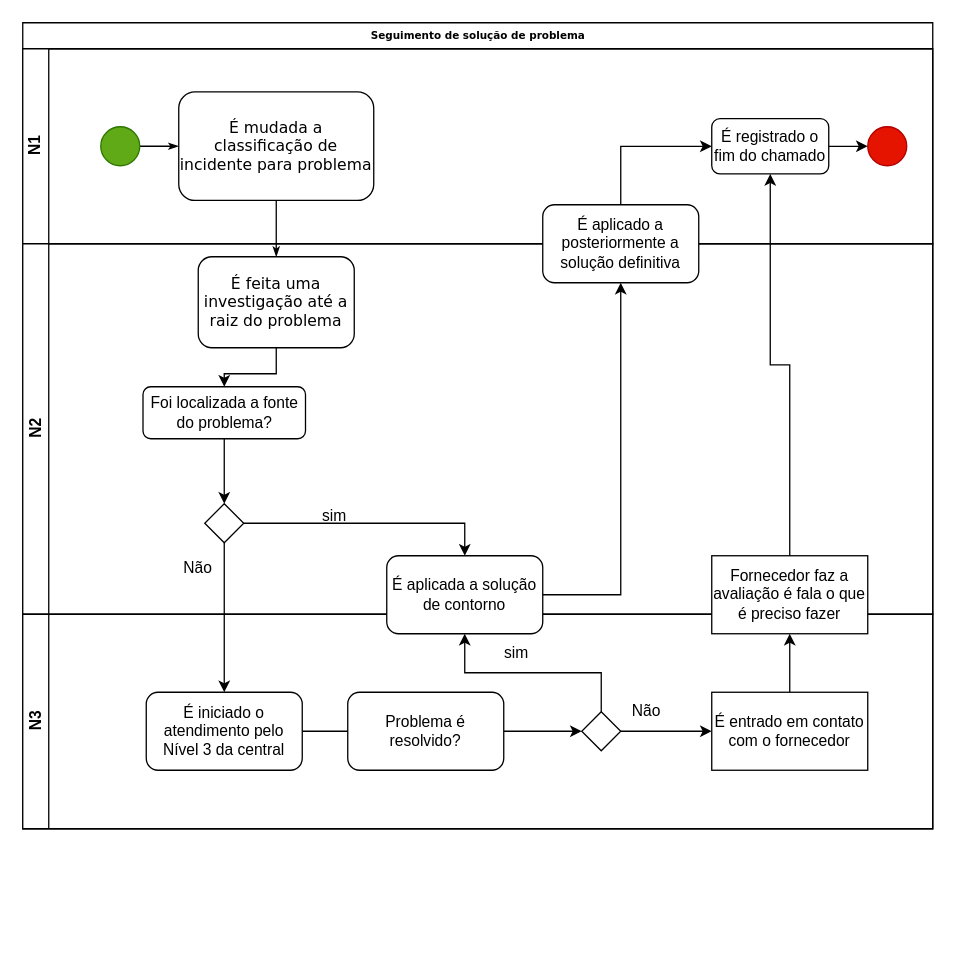
This is page "Page-1" (1 of 2) of sprint_grupo1/TI/Fluxogramas.drawio from TecnoSolo/sprint_01, a draw.io file, before an edit. Source tidied: cells renumbered, new cells numbered last; positions are measured from the earlier drawing's top-left corner, leaving out a move shared by most shapes. Both pictures are drawn from the tidied source at 130%, with x=0, y=0 at pixel (22, 22).
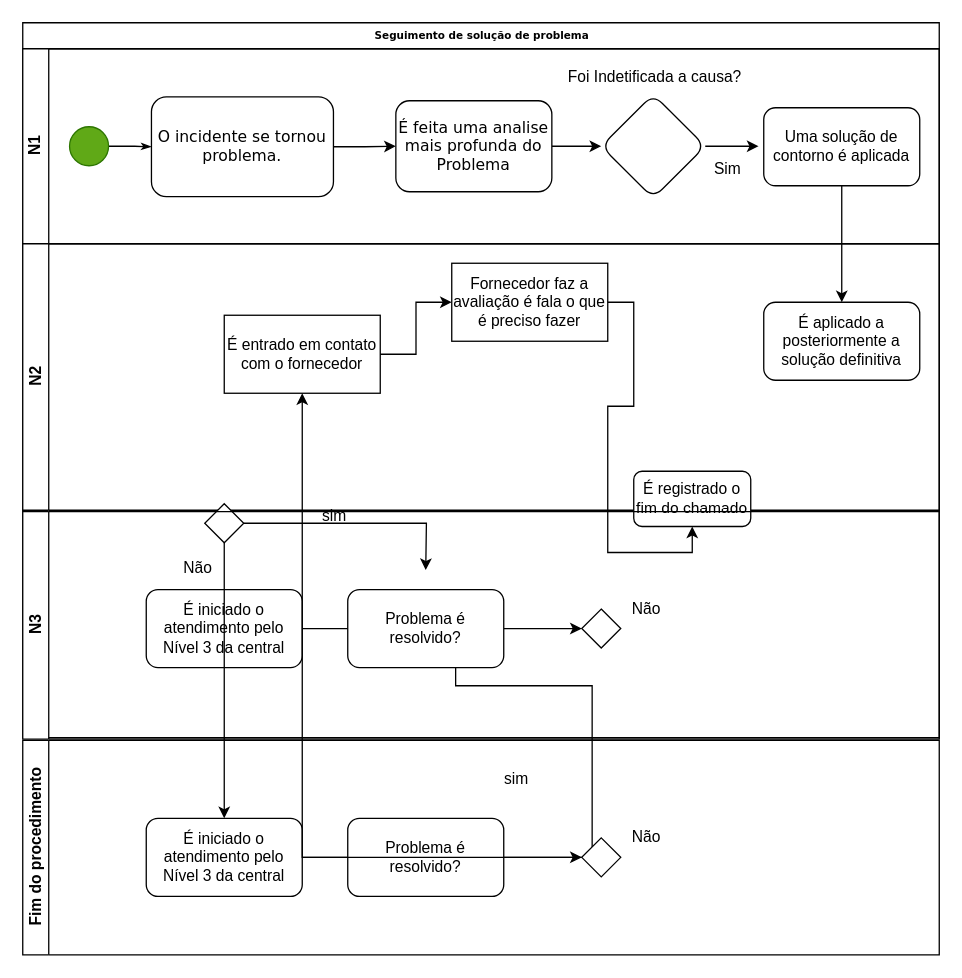
Above is the later version.

Commit message (it also covers changes not shown here):
alterando os fluxogramas

Unchanged cells that the change refers to:
```xml
<mxCell id="17" style="rhombus;whiteSpace=wrap;html=1;" parent="13" vertex="1">
  <mxGeometry x="140" y="200" width="30" height="30" as="geometry" />
</mxCell>
<mxCell id="22" value="É iniciado o atendimento pelo Nível 3 da central" style="rounded=1;whiteSpace=wrap;html=1;" parent="21" vertex="1">
  <mxGeometry x="95" y="60" width="120" height="60" as="geometry" />
</mxCell>
<mxCell id="27" style="rhombus;whiteSpace=wrap;html=1;" parent="21" vertex="1">
  <mxGeometry x="430" y="75" width="30" height="30" as="geometry" />
</mxCell>
```

The edit, as a diff of the source:
```diff
@@
     <mxCell id="2" value="Seguimento de solução de problema" style="swimlane;html=1;horizontal=1;startSize=20;rounded=0;shadow=0;labelBackgroundColor=none;strokeWidth=1;fontFamily=Verdana;fontSize=8;align=center;" parent="1" vertex="1">
-      <mxGeometry width="700" height="620" as="geometry" />
+      <mxGeometry width="705" height="550" as="geometry" />
     </mxCell>
-    <mxCell id="3" style="edgeStyle=orthogonalEdgeStyle;rounded=0;html=1;labelBackgroundColor=none;startArrow=none;startFill=0;startSize=5;endArrow=classicThin;endFill=1;endSize=5;jettySize=auto;strokeWidth=1;fontFamily=Verdana;fontSize=8;" parent="2" edge="1" source="8" target="15">
-      <mxGeometry relative="1" as="geometry" />
-    </mxCell>
-    <mxCell id="4" style="edgeStyle=orthogonalEdgeStyle;rounded=0;jettySize=auto;html=1;exitX=0.5;exitY=1;exitDx=0;exitDy=0;entryX=0.5;entryY=0;entryDx=0;entryDy=0;" parent="2" edge="1" source="17" target="22">
-      <mxGeometry relative="1" as="geometry" />
-    </mxCell>
     <mxCell id="5" value="N1" style="swimlane;html=1;startSize=20;horizontal=0;" parent="2" vertex="1">
-      <mxGeometry y="20" width="700" height="150" as="geometry" />
+      <mxGeometry y="20" width="705" height="150" as="geometry" />
     </mxCell>
@@
     <mxCell id="7" style="ellipse;whiteSpace=wrap;html=1;rounded=0;shadow=0;labelBackgroundColor=none;strokeWidth=1;fontFamily=Verdana;fontSize=8;align=center;fillColor=#60a917;fontColor=#ffffff;strokeColor=#2D7600;" parent="5" vertex="1">
-      <mxGeometry x="60" y="60" width="30" height="30" as="geometry" />
+      <mxGeometry x="36" y="60" width="30" height="30" as="geometry" />
     </mxCell>
+    <mxCell id="3" style="edgeStyle=orthogonalEdgeStyle;rounded=0;jettySize=auto;html=1;entryX=0;entryY=0.5;entryDx=0;entryDy=0;" parent="5" edge="1" source="8" target="15">
+      <mxGeometry relative="1" as="geometry" />
+    </mxCell>
-    <mxCell id="8" value="&lt;font style=&quot;font-size: 12px;&quot;&gt;É mudada a classificação de incidente para problema&lt;/font&gt;" style="rounded=1;whiteSpace=wrap;html=1;shadow=0;labelBackgroundColor=none;strokeWidth=1;fontFamily=Verdana;fontSize=8;align=center;" parent="5" vertex="1">
-      <mxGeometry x="120" y="33.2" width="150" height="83.5" as="geometry" />
+    <mxCell id="8" value="&lt;span style=&quot;font-size: 12px;&quot;&gt;O incidente se tornou problema.&lt;/span&gt;" style="rounded=1;whiteSpace=wrap;html=1;shadow=0;labelBackgroundColor=none;strokeWidth=1;fontFamily=Verdana;fontSize=8;align=center;" parent="5" vertex="1">
+      <mxGeometry x="99" y="37" width="140" height="76.8" as="geometry" />
     </mxCell>
-    <mxCell id="9" style="ellipse;whiteSpace=wrap;html=1;rounded=0;shadow=0;labelBackgroundColor=none;strokeWidth=1;fontFamily=Verdana;fontSize=8;align=center;fillColor=#e51400;fontColor=#ffffff;strokeColor=#B20000;" parent="5" vertex="1">
-      <mxGeometry x="650" y="60" width="30" height="30" as="geometry" />
-    </mxCell>
-    <mxCell id="10" style="edgeStyle=orthogonalEdgeStyle;rounded=0;jettySize=auto;html=1;entryX=0;entryY=0.5;entryDx=0;entryDy=0;" parent="5" edge="1" source="11" target="9">
-      <mxGeometry relative="1" as="geometry" />
-    </mxCell>
-    <mxCell id="11" value="É registrado o fim do chamado" style="rounded=1;whiteSpace=wrap;html=1;" parent="5" vertex="1">
-      <mxGeometry x="530" y="53.8" width="90" height="42.5" as="geometry" />
-    </mxCell>
-    <mxCell id="12" style="edgeStyle=orthogonalEdgeStyle;rounded=0;jettySize=auto;html=1;entryX=0;entryY=0.5;entryDx=0;entryDy=0;" parent="5" edge="1" source="38" target="11">
-      <mxGeometry relative="1" as="geometry">
-        <Array as="points">
-          <mxPoint x="460" y="75" />
-        </Array>
-      </mxGeometry>
-    </mxCell>
+    <mxCell id="39" style="edgeStyle=orthogonalEdgeStyle;rounded=0;jettySize=auto;html=1;" parent="5" edge="1" source="15" target="41">
+      <mxGeometry relative="1" as="geometry" />
+    </mxCell>
+    <mxCell id="15" value="&lt;span style=&quot;font-size: 12px;&quot;&gt;É feita uma analise mais profunda do Problema&lt;/span&gt;" style="rounded=1;whiteSpace=wrap;html=1;shadow=0;labelBackgroundColor=none;strokeWidth=1;fontFamily=Verdana;fontSize=8;align=center;" parent="5" vertex="1">
+      <mxGeometry x="287" y="40" width="120" height="70" as="geometry" />
+    </mxCell>
+    <mxCell id="40" style="edgeStyle=orthogonalEdgeStyle;rounded=0;jettySize=auto;html=1;" parent="5" edge="1" source="41">
+      <mxGeometry relative="1" as="geometry">
+        <mxPoint x="566" y="75" as="targetPoint" />
+      </mxGeometry>
+    </mxCell>
+    <mxCell id="41" style="rhombus;whiteSpace=wrap;html=1;fontSize=8;fontFamily=Verdana;rounded=1;shadow=0;labelBackgroundColor=none;strokeWidth=1;" parent="5" vertex="1">
+      <mxGeometry x="445" y="35" width="80" height="80" as="geometry" />
+    </mxCell>
+    <mxCell id="42" value="Foi Indetificada&amp;nbsp;a causa?" style="text;html=1;align=center;verticalAlign=middle;strokeColor=none;fillColor=none;" parent="5" vertex="1">
+      <mxGeometry x="406" y="7" width="160" height="30" as="geometry" />
+    </mxCell>
+    <mxCell id="43" value="Uma solução de contorno é aplicada" style="rounded=1;whiteSpace=wrap;html=1;" parent="5" vertex="1">
+      <mxGeometry x="570" y="45.4" width="120" height="60" as="geometry" />
+    </mxCell>
     <mxCell id="13" value="N2" style="swimlane;html=1;startSize=20;horizontal=0;" parent="2" vertex="1">
-      <mxGeometry y="170" width="700" height="285" as="geometry" />
+      <mxGeometry y="170" width="705" height="205" as="geometry" />
     </mxCell>
-    <mxCell id="14" style="edgeStyle=orthogonalEdgeStyle;rounded=0;jettySize=auto;html=1;entryX=0.5;entryY=0;entryDx=0;entryDy=0;" parent="13" edge="1" source="15" target="16">
-      <mxGeometry relative="1" as="geometry" />
-    </mxCell>
-    <mxCell id="15" value="&lt;font style=&quot;font-size: 12px;&quot;&gt;É feita uma investigação até a raiz do problema&lt;/font&gt;" style="rounded=1;whiteSpace=wrap;html=1;shadow=0;labelBackgroundColor=none;strokeWidth=1;fontFamily=Verdana;fontSize=8;align=center;" parent="13" vertex="1">
-      <mxGeometry x="135" y="10" width="120" height="70" as="geometry" />
-    </mxCell>
-    <mxCell id="16" value="Foi localizada a fonte do problema?" style="rounded=1;whiteSpace=wrap;html=1;" parent="13" vertex="1">
-      <mxGeometry x="92.5" y="110" width="125" height="40" as="geometry" />
-    </mxCell>
@@
-    <mxCell id="18" style="edgeStyle=orthogonalEdgeStyle;rounded=0;jettySize=auto;html=1;exitX=0.5;exitY=1;exitDx=0;exitDy=0;entryX=0.5;entryY=0;entryDx=0;entryDy=0;" parent="13" edge="1" source="16" target="17">
-      <mxGeometry relative="1" as="geometry" />
-    </mxCell>
@@
+    <mxCell id="11" value="É registrado o fim do chamado" style="rounded=1;whiteSpace=wrap;html=1;" parent="13" vertex="1">
+      <mxGeometry x="470" y="175" width="90" height="42.5" as="geometry" />
+    </mxCell>
+    <mxCell id="38" value="É aplicado a posteriormente a solução definitiva" style="rounded=1;whiteSpace=wrap;html=1;" parent="13" vertex="1">
+      <mxGeometry x="570" y="45" width="120" height="60" as="geometry" />
+    </mxCell>
+    <mxCell id="31" value="É entrado em contato com o fornecedor" style="rounded=0;whiteSpace=wrap;html=1;" parent="13" vertex="1">
+      <mxGeometry x="155" y="55" width="120" height="60" as="geometry" />
+    </mxCell>
+    <mxCell id="32" value="Fornecedor faz a avaliação é fala o que é preciso fazer" style="rounded=0;whiteSpace=wrap;html=1;" parent="13" vertex="1">
+      <mxGeometry x="330" y="15" width="120" height="60" as="geometry" />
+    </mxCell>
+    <mxCell id="33" style="edgeStyle=orthogonalEdgeStyle;rounded=0;jettySize=auto;html=1;entryX=0.5;entryY=1;entryDx=0;entryDy=0;" parent="13" edge="1" source="32" target="11">
+      <mxGeometry relative="1" as="geometry" />
+    </mxCell>
+    <mxCell id="30" style="edgeStyle=orthogonalEdgeStyle;rounded=0;jettySize=auto;html=1;" parent="13" edge="1" source="31" target="32">
+      <mxGeometry relative="1" as="geometry" />
+    </mxCell>
+    <mxCell id="44" style="edgeStyle=orthogonalEdgeStyle;rounded=0;jettySize=auto;html=1;entryX=0.5;entryY=0;entryDx=0;entryDy=0;" parent="2" edge="1" source="43" target="38">
+      <mxGeometry relative="1" as="geometry" />
+    </mxCell>
+    <mxCell id="35" style="edgeStyle=orthogonalEdgeStyle;rounded=0;jettySize=auto;html=1;exitX=1;exitY=0.5;exitDx=0;exitDy=0;" parent="1" edge="1" source="17">
+      <mxGeometry relative="1" as="geometry">
+        <mxPoint x="310" y="421" as="targetPoint" />
+      </mxGeometry>
+    </mxCell>
+    <mxCell id="36" style="edgeStyle=orthogonalEdgeStyle;rounded=0;jettySize=auto;html=1;entryX=0.5;entryY=1;entryDx=0;entryDy=0;" parent="1" edge="1" source="27">
+      <mxGeometry relative="1" as="geometry">
+        <mxPoint x="370" y="451" as="targetPoint" />
+        <Array as="points">
+          <mxPoint x="438" y="510" />
+          <mxPoint x="333" y="510" />
+        </Array>
+      </mxGeometry>
+    </mxCell>
+    <mxCell id="45" value="N3" style="swimlane;html=1;startSize=20;horizontal=0;" parent="1" vertex="1">
+      <mxGeometry y="376" width="705" height="175" as="geometry" />
+    </mxCell>
+    <mxCell id="46" value="É iniciado o atendimento pelo Nível 3 da central" style="rounded=1;whiteSpace=wrap;html=1;" parent="45" vertex="1">
+      <mxGeometry x="95" y="60" width="120" height="60" as="geometry" />
+    </mxCell>
+    <mxCell id="47" style="edgeStyle=orthogonalEdgeStyle;rounded=0;jettySize=auto;html=1;entryX=0;entryY=0.5;entryDx=0;entryDy=0;" parent="45" edge="1" source="46">
+      <mxGeometry relative="1" as="geometry">
+        <mxPoint x="290" y="90" as="targetPoint" />
+      </mxGeometry>
+    </mxCell>
+    <mxCell id="48" style="edgeStyle=orthogonalEdgeStyle;rounded=0;jettySize=auto;html=1;entryX=0;entryY=0.5;entryDx=0;entryDy=0;" parent="45" edge="1" source="49" target="50">
+      <mxGeometry relative="1" as="geometry" />
+    </mxCell>
+    <mxCell id="49" value="Problema é resolvido?" style="rounded=1;whiteSpace=wrap;html=1;" parent="45" vertex="1">
+      <mxGeometry x="250" y="60" width="120" height="60" as="geometry" />
+    </mxCell>
+    <mxCell id="50" style="rhombus;whiteSpace=wrap;html=1;" parent="45" vertex="1">
+      <mxGeometry x="430" y="75" width="30" height="30" as="geometry" />
+    </mxCell>
+    <mxCell id="51" value="Não" style="text;html=1;strokeColor=none;fillColor=none;align=center;verticalAlign=middle;whiteSpace=wrap;rounded=0;" parent="45" vertex="1">
+      <mxGeometry x="460" y="65" width="40" height="20" as="geometry" />
+    </mxCell>
-    <mxCell id="21" value="N3" style="swimlane;html=1;startSize=20;horizontal=0;" parent="2" vertex="1">
-      <mxGeometry y="455" width="700" height="165" as="geometry" />
+    <mxCell id="21" value="Fim do procedimento&lt;br&gt;" style="swimlane;html=1;startSize=20;horizontal=0;" parent="1" vertex="1">
+      <mxGeometry y="552" width="705" height="165" as="geometry" />
     </mxCell>
@@
-    <mxCell id="26" style="edgeStyle=orthogonalEdgeStyle;rounded=0;jettySize=auto;html=1;" parent="21" edge="1" source="27" target="31">
-      <mxGeometry relative="1" as="geometry" />
-    </mxCell>
@@
-    <mxCell id="30" style="edgeStyle=orthogonalEdgeStyle;rounded=0;jettySize=auto;html=1;" parent="21" edge="1" source="31" target="32">
-      <mxGeometry relative="1" as="geometry" />
-    </mxCell>
-    <mxCell id="31" value="É entrado em contato com o fornecedor" style="rounded=0;whiteSpace=wrap;html=1;" parent="21" vertex="1">
-      <mxGeometry x="530" y="60" width="120" height="60" as="geometry" />
-    </mxCell>
-    <mxCell id="32" value="Fornecedor faz a avaliação é fala o que é preciso fazer" style="rounded=0;whiteSpace=wrap;html=1;" parent="21" vertex="1">
-      <mxGeometry x="530" y="-45" width="120" height="60" as="geometry" />
-    </mxCell>
-    <mxCell id="33" style="edgeStyle=orthogonalEdgeStyle;rounded=0;jettySize=auto;html=1;entryX=0.5;entryY=1;entryDx=0;entryDy=0;" parent="2" edge="1" source="32" target="11">
-      <mxGeometry relative="1" as="geometry" />
-    </mxCell>
-    <mxCell id="34" value="É aplicada a solução de contorno" style="rounded=1;whiteSpace=wrap;html=1;" parent="1" vertex="1">
-      <mxGeometry x="280" y="410" width="120" height="60" as="geometry" />
-    </mxCell>
-    <mxCell id="35" style="edgeStyle=orthogonalEdgeStyle;rounded=0;jettySize=auto;html=1;exitX=1;exitY=0.5;exitDx=0;exitDy=0;" parent="1" edge="1" source="17" target="34">
-      <mxGeometry relative="1" as="geometry" />
-    </mxCell>
-    <mxCell id="36" style="edgeStyle=orthogonalEdgeStyle;rounded=0;jettySize=auto;html=1;entryX=0.5;entryY=1;entryDx=0;entryDy=0;" parent="1" edge="1" source="27" target="34">
-      <mxGeometry relative="1" as="geometry">
-        <Array as="points">
-          <mxPoint x="445" y="500" />
-          <mxPoint x="340" y="500" />
-        </Array>
-      </mxGeometry>
-    </mxCell>
-    <mxCell id="37" style="edgeStyle=orthogonalEdgeStyle;rounded=0;jettySize=auto;html=1;exitX=1;exitY=0.5;exitDx=0;exitDy=0;entryX=0.5;entryY=1;entryDx=0;entryDy=0;" parent="1" edge="1" source="34" target="38">
-      <mxGeometry relative="1" as="geometry" />
-    </mxCell>
-    <mxCell id="38" value="É aplicado a posteriormente a solução definitiva" style="rounded=1;whiteSpace=wrap;html=1;" parent="1" vertex="1">
-      <mxGeometry x="400" y="140" width="120" height="60" as="geometry" />
-    </mxCell>
+    <mxCell id="4" style="edgeStyle=orthogonalEdgeStyle;rounded=0;jettySize=auto;html=1;exitX=0.5;exitY=1;exitDx=0;exitDy=0;entryX=0.5;entryY=0;entryDx=0;entryDy=0;" parent="1" edge="1" source="17" target="22">
+      <mxGeometry relative="1" as="geometry" />
+    </mxCell>
+    <mxCell id="26" style="edgeStyle=orthogonalEdgeStyle;rounded=0;jettySize=auto;html=1;" parent="1" edge="1" source="27" target="31">
+      <mxGeometry relative="1" as="geometry" />
+    </mxCell>
+    <mxCell id="52" value="Sim" style="text;html=1;align=center;verticalAlign=middle;strokeColor=none;fillColor=none;" parent="1" vertex="1">
+      <mxGeometry x="522" y="98" width="40" height="30" as="geometry" />
+    </mxCell>
```
